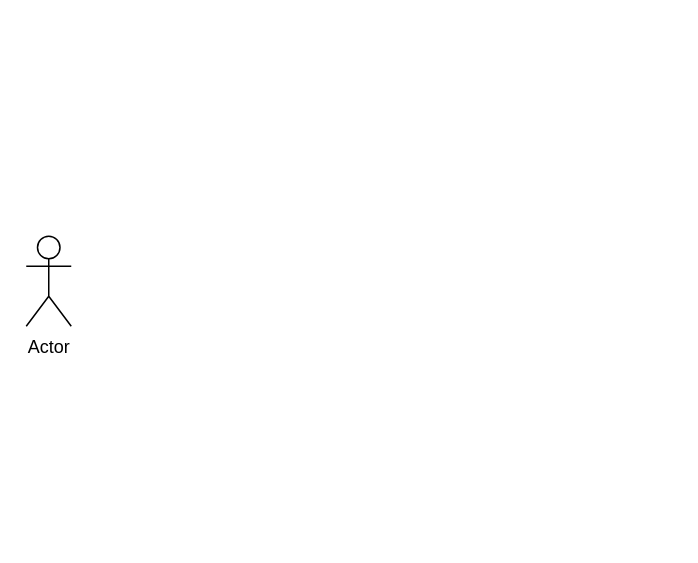
Before: docs/Diagramme sans nom.drawio in Jaune29/le-cours, a draw.io diagram. Source tidied: cells renumbered, new cells numbered last; positions are measured from the earlier drawing's top-left corner, leaving out a move shared by most shapes. Both pictures are drawn from the tidied source at 150%, with x=0, y=0 at pixel (26, 236).
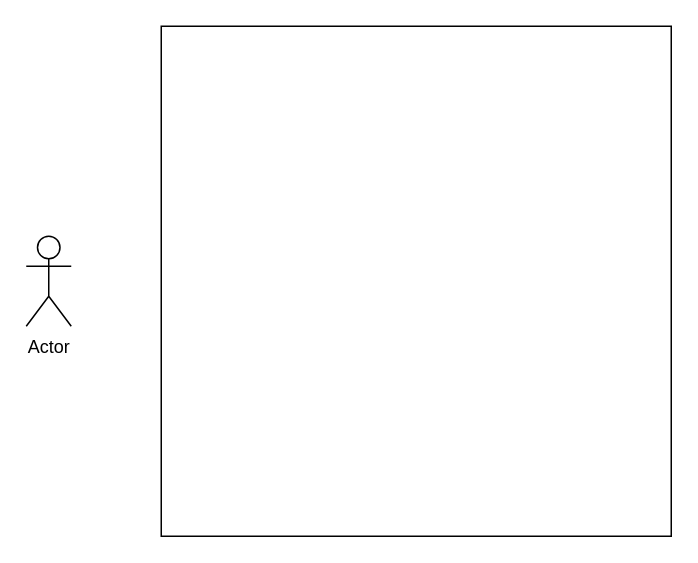
The same page after the edit.

Commit message:
Mettre à jour Diagramme sans nom.drawio

What changed in the source:
```diff
@@
 <mxGraphModel>
   <root>
     <mxCell id="0" />
     <mxCell id="1" parent="0" />
     <mxCell id="2" value="Actor" style="shape=umlActor;verticalLabelPosition=bottom;verticalAlign=top;html=1;" parent="1" vertex="1">
       <mxGeometry width="30" height="60" as="geometry" />
     </mxCell>
+    <mxCell id="3" style="whiteSpace=wrap;html=1;" parent="1" vertex="1">
+      <mxGeometry x="90" y="-140" width="340" height="340" as="geometry" />
+    </mxCell>
   </root>
 </mxGraphModel>
```
